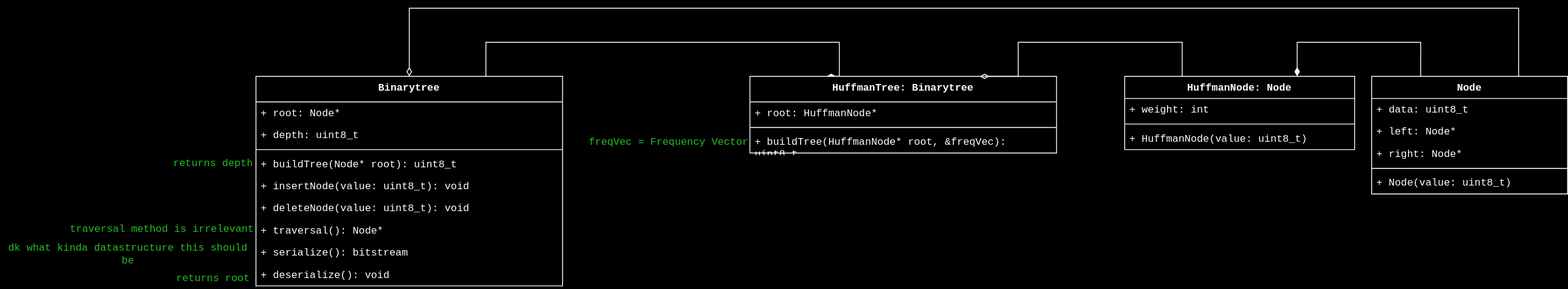
The draw.io diagram documentation/uml1.svg in sodamachinebroke/slidingWindowTutorial, before a commit. Source tidied: cells renumbered, new cells last; positions are measured from the earlier drawing's top-left corner, leaving out a move shared by most shapes.
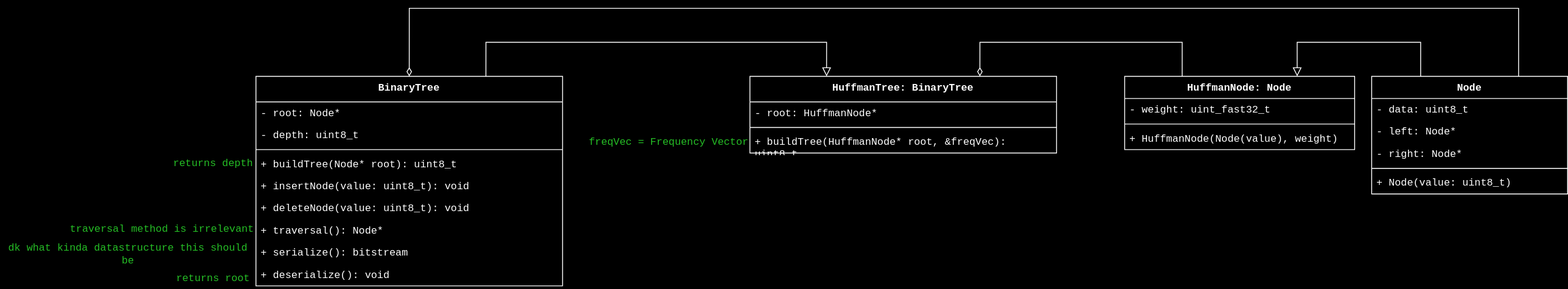
Later version of the same file.

The edit, as a diff of the source:
```diff
@@ -2,7 +2,7 @@
   <root>
     <mxCell id="0" />
     <mxCell id="1" parent="0" />
-    <mxCell id="2" style="rounded=0;jettySize=auto;html=1;exitX=0.25;exitY=0;exitDx=0;exitDy=0;entryX=0.75;entryY=0;entryDx=0;entryDy=0;fontFamily=Courier New;fontSize=12;fontColor=default;fontStyle=1;startSize=8;endSize=8;endArrow=diamondThin;endFill=1;edgeStyle=orthogonalEdgeStyle;" parent="1" edge="1" source="4" target="27">
+    <mxCell id="2" style="rounded=0;jettySize=auto;html=1;exitX=0.25;exitY=0;exitDx=0;exitDy=0;entryX=0.75;entryY=0;entryDx=0;entryDy=0;fontFamily=Courier New;fontSize=12;fontColor=default;fontStyle=1;startSize=8;endSize=8;endArrow=block;endFill=0;edgeStyle=orthogonalEdgeStyle;" parent="1" edge="1" source="4" target="27">
       <mxGeometry relative="1" as="geometry">
         <Array as="points">
           <mxPoint x="1667" y="40" />
@@ -21,13 +21,13 @@
     <mxCell id="4" value="Node" style="swimlane;fontStyle=1;align=center;verticalAlign=top;horizontal=1;startSize=26;whiteSpace=wrap;html=1;rounded=0;spacingLeft=4;spacingRight=4;fontFamily=Courier New;fontSize=12;" parent="1" vertex="1">
       <mxGeometry x="1610" y="80" width="230" height="138" as="geometry" />
     </mxCell>
-    <mxCell id="5" value="&lt;div&gt;+ data: uint8_t&lt;/div&gt;" style="text;strokeColor=none;fillColor=none;align=left;verticalAlign=top;spacingLeft=4;spacingRight=4;overflow=hidden;whiteSpace=wrap;html=1;fontFamily=Courier New;fontSize=12;fontColor=default;" parent="4" vertex="1">
+    <mxCell id="5" value="&lt;div&gt;- data: uint8_t&lt;/div&gt;" style="text;strokeColor=none;fillColor=none;align=left;verticalAlign=top;spacingLeft=4;spacingRight=4;overflow=hidden;whiteSpace=wrap;html=1;fontFamily=Courier New;fontSize=12;fontColor=default;" parent="4" vertex="1">
       <mxGeometry y="26" width="230" height="26" as="geometry" />
     </mxCell>
-    <mxCell id="6" value="+ left: Node*" style="text;strokeColor=none;fillColor=none;align=left;verticalAlign=top;spacingLeft=4;spacingRight=4;overflow=hidden;whiteSpace=wrap;html=1;fontFamily=Courier New;fontSize=12;fontColor=default;" parent="4" vertex="1">
+    <mxCell id="6" value="- left: Node*" style="text;strokeColor=none;fillColor=none;align=left;verticalAlign=top;spacingLeft=4;spacingRight=4;overflow=hidden;whiteSpace=wrap;html=1;fontFamily=Courier New;fontSize=12;fontColor=default;" parent="4" vertex="1">
       <mxGeometry y="52" width="230" height="26" as="geometry" />
     </mxCell>
-    <mxCell id="7" value="&lt;div&gt;+ right: Node*&lt;/div&gt;" style="text;strokeColor=none;fillColor=none;align=left;verticalAlign=top;spacingLeft=4;spacingRight=4;overflow=hidden;whiteSpace=wrap;html=1;fontFamily=Courier New;fontSize=12;fontColor=default;" parent="4" vertex="1">
+    <mxCell id="7" value="&lt;div&gt;- right: Node*&lt;/div&gt;" style="text;strokeColor=none;fillColor=none;align=left;verticalAlign=top;spacingLeft=4;spacingRight=4;overflow=hidden;whiteSpace=wrap;html=1;fontFamily=Courier New;fontSize=12;fontColor=default;" parent="4" vertex="1">
       <mxGeometry y="78" width="230" height="26" as="geometry" />
     </mxCell>
     <mxCell id="8" style="line;strokeWidth=1;fillColor=none;align=left;verticalAlign=middle;spacingTop=-1;spacingLeft=3;spacingRight=3;labelPosition=right;strokeColor=inherit;rounded=0;fontFamily=Courier New;fontSize=12;fontColor=default;" parent="4" vertex="1">
@@ -36,21 +36,21 @@
     <mxCell id="9" value="&lt;div&gt;+ Node(value: uint8_t)&lt;/div&gt;" style="text;strokeColor=none;fillColor=none;align=left;verticalAlign=top;spacingLeft=4;spacingRight=4;overflow=hidden;whiteSpace=wrap;html=1;fontFamily=Courier New;fontSize=12;fontColor=default;" parent="4" vertex="1">
       <mxGeometry y="112" width="230" height="26" as="geometry" />
     </mxCell>
-    <mxCell id="10" style="edgeStyle=orthogonalEdgeStyle;rounded=0;jettySize=auto;html=1;exitX=0.75;exitY=0;exitDx=0;exitDy=0;entryX=0.25;entryY=0;entryDx=0;entryDy=0;fontFamily=Courier New;fontSize=12;fontColor=default;fontStyle=1;startSize=8;endSize=8;endArrow=diamondThin;endFill=1;" parent="1" edge="1" source="11" target="22">
+    <mxCell id="10" style="edgeStyle=orthogonalEdgeStyle;rounded=0;jettySize=auto;html=1;exitX=0.75;exitY=0;exitDx=0;exitDy=0;entryX=0.25;entryY=0;entryDx=0;entryDy=0;fontFamily=Courier New;fontSize=12;fontColor=default;fontStyle=1;startSize=8;endSize=8;endArrow=block;endFill=0;" parent="1" edge="1" source="11" target="22">
       <mxGeometry relative="1" as="geometry">
         <Array as="points">
           <mxPoint x="570" y="40" />
-          <mxPoint x="985" y="40" />
+          <mxPoint x="970" y="40" />
         </Array>
       </mxGeometry>
     </mxCell>
-    <mxCell id="11" value="Binarytree" style="swimlane;fontStyle=1;align=center;verticalAlign=top;horizontal=1;startSize=30;whiteSpace=wrap;html=1;rounded=0;spacingLeft=4;spacingRight=4;fontFamily=Courier New;fontSize=12;" parent="1" vertex="1">
+    <mxCell id="11" value="BinaryTree" style="swimlane;fontStyle=1;align=center;verticalAlign=top;horizontal=1;startSize=30;whiteSpace=wrap;html=1;rounded=0;spacingLeft=4;spacingRight=4;fontFamily=Courier New;fontSize=12;" parent="1" vertex="1">
       <mxGeometry x="300" y="80" width="360" height="246" as="geometry" />
     </mxCell>
-    <mxCell id="12" value="&lt;div&gt;+ root: Node*&lt;/div&gt;" style="text;strokeColor=none;fillColor=none;align=left;verticalAlign=top;spacingLeft=4;spacingRight=4;overflow=hidden;whiteSpace=wrap;html=1;fontFamily=Courier New;rounded=0;" parent="11" vertex="1">
+    <mxCell id="12" value="&lt;div&gt;- root: Node*&lt;/div&gt;" style="text;strokeColor=none;fillColor=none;align=left;verticalAlign=top;spacingLeft=4;spacingRight=4;overflow=hidden;whiteSpace=wrap;html=1;fontFamily=Courier New;rounded=0;" parent="11" vertex="1">
       <mxGeometry y="30" width="360" height="26" as="geometry" />
     </mxCell>
-    <mxCell id="13" value="+ depth: uint8_t" style="text;strokeColor=none;fillColor=none;align=left;verticalAlign=top;spacingLeft=4;spacingRight=4;overflow=hidden;whiteSpace=wrap;html=1;fontFamily=Courier New;fontSize=12;fontColor=default;" parent="11" vertex="1">
+    <mxCell id="13" value="- depth: uint8_t" style="text;strokeColor=none;fillColor=none;align=left;verticalAlign=top;spacingLeft=4;spacingRight=4;overflow=hidden;whiteSpace=wrap;html=1;fontFamily=Courier New;fontSize=12;fontColor=default;" parent="11" vertex="1">
       <mxGeometry y="56" width="360" height="26" as="geometry" />
     </mxCell>
     <mxCell id="14" style="line;strokeWidth=1;fillColor=none;align=left;verticalAlign=middle;spacingTop=-1;spacingLeft=3;spacingRight=3;labelPosition=right;strokeColor=inherit;rounded=0;fontFamily=Courier New;fontSize=12;fontColor=default;" parent="11" vertex="1">
@@ -77,10 +77,10 @@
     <mxCell id="21" value="&lt;div&gt;traversal method is irrelevant&lt;/div&gt;" style="text;html=1;align=center;verticalAlign=middle;whiteSpace=wrap;rounded=0;fontSize=12;fontFamily=Courier New;fontColor=#009900;" parent="1" vertex="1">
       <mxGeometry x="80" y="248" width="220" height="24" as="geometry" />
     </mxCell>
-    <mxCell id="22" value="HuffmanTree: Binarytree" style="swimlane;fontStyle=1;align=center;verticalAlign=top;horizontal=1;startSize=30;whiteSpace=wrap;html=1;fontFamily=Courier New;rounded=0;" parent="1" vertex="1">
+    <mxCell id="22" value="HuffmanTree: BinaryTree" style="swimlane;fontStyle=1;align=center;verticalAlign=top;horizontal=1;startSize=30;whiteSpace=wrap;html=1;fontFamily=Courier New;rounded=0;" parent="1" vertex="1">
       <mxGeometry x="880" y="80" width="360" height="90" as="geometry" />
     </mxCell>
-    <mxCell id="23" value="&lt;div&gt;+ root: HuffmanNode*&lt;/div&gt;" style="text;strokeColor=none;fillColor=none;align=left;verticalAlign=top;spacingLeft=4;spacingRight=4;overflow=hidden;whiteSpace=wrap;html=1;fontFamily=Courier New;rounded=0;" parent="22" vertex="1">
+    <mxCell id="23" value="&lt;div&gt;- root: HuffmanNode*&lt;/div&gt;" style="text;strokeColor=none;fillColor=none;align=left;verticalAlign=top;spacingLeft=4;spacingRight=4;overflow=hidden;whiteSpace=wrap;html=1;fontFamily=Courier New;rounded=0;" parent="22" vertex="1">
       <mxGeometry y="30" width="360" height="26" as="geometry" />
     </mxCell>
     <mxCell id="24" style="line;strokeWidth=1;fillColor=none;align=left;verticalAlign=middle;spacingTop=-1;spacingLeft=3;spacingRight=3;labelPosition=right;strokeColor=inherit;fontFamily=Courier New;rounded=0;" parent="22" vertex="1">
@@ -92,21 +92,21 @@
     <mxCell id="26" style="edgeStyle=orthogonalEdgeStyle;rounded=0;jettySize=auto;html=1;exitX=0.25;exitY=0;exitDx=0;exitDy=0;entryX=0.75;entryY=0;entryDx=0;entryDy=0;fontFamily=Courier New;fontSize=12;fontColor=default;fontStyle=1;startSize=8;endSize=8;endArrow=diamondThin;endFill=0;" parent="1" edge="1" source="27" target="22">
       <mxGeometry relative="1" as="geometry">
         <Array as="points">
-          <mxPoint x="1387" y="40" />
-          <mxPoint x="1195" y="40" />
+          <mxPoint x="1388" y="40" />
+          <mxPoint x="1150" y="40" />
         </Array>
       </mxGeometry>
     </mxCell>
     <mxCell id="27" value="HuffmanNode: Node" style="swimlane;fontStyle=1;align=center;verticalAlign=top;horizontal=1;startSize=26;whiteSpace=wrap;html=1;rounded=0;spacingLeft=4;spacingRight=4;fontFamily=Courier New;fontSize=12;" parent="1" vertex="1">
       <mxGeometry x="1320" y="80" width="270" height="86" as="geometry" />
     </mxCell>
-    <mxCell id="28" value="+ weight: int" style="text;strokeColor=none;fillColor=none;align=left;verticalAlign=top;spacingLeft=4;spacingRight=4;overflow=hidden;whiteSpace=wrap;html=1;fontFamily=Courier New;fontSize=12;fontColor=default;fontStyle=0;horizontal=1;" parent="27" vertex="1">
+    <mxCell id="28" value="- weight: uint_fast32_t" style="text;strokeColor=none;fillColor=none;align=left;verticalAlign=top;spacingLeft=4;spacingRight=4;overflow=hidden;whiteSpace=wrap;html=1;fontFamily=Courier New;fontSize=12;fontColor=default;fontStyle=0;horizontal=1;" parent="27" vertex="1">
       <mxGeometry y="26" width="270" height="26" as="geometry" />
     </mxCell>
     <mxCell id="29" style="line;strokeWidth=1;fillColor=none;align=left;verticalAlign=middle;spacingTop=-1;spacingLeft=3;spacingRight=3;labelPosition=right;strokeColor=inherit;rounded=0;fontFamily=Courier New;fontSize=12;fontColor=default;" parent="27" vertex="1">
       <mxGeometry y="52" width="270" height="8" as="geometry" />
     </mxCell>
-    <mxCell id="30" value="&lt;div&gt;+ HuffmanNode(value: uint8_t)&lt;/div&gt;" style="text;strokeColor=none;fillColor=none;align=left;verticalAlign=top;spacingLeft=4;spacingRight=4;overflow=hidden;whiteSpace=wrap;html=1;fontFamily=Courier New;fontSize=12;fontColor=default;" parent="27" vertex="1">
+    <mxCell id="30" value="&lt;div&gt;+ HuffmanNode(Node(value), weight)&lt;/div&gt;" style="text;strokeColor=none;fillColor=none;align=left;verticalAlign=top;spacingLeft=4;spacingRight=4;overflow=hidden;whiteSpace=wrap;html=1;fontFamily=Courier New;fontSize=12;fontColor=default;" parent="27" vertex="1">
       <mxGeometry y="60" width="270" height="26" as="geometry" />
     </mxCell>
     <mxCell id="31" value="freqVec = Frequency Vector" style="text;html=1;align=center;verticalAlign=middle;whiteSpace=wrap;rounded=0;fontSize=12;fontFamily=Courier New;strokeColor=none;fontColor=#009900;" parent="1" vertex="1">
```
